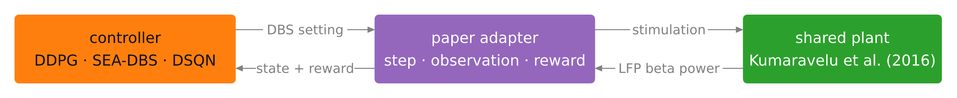
Above: docs/diagrams/loop.png in nynxlabs/rl-adaptive-dbs (Mermaid), before the change. Its source is kept beside it as docs/diagrams/loop.mmd.
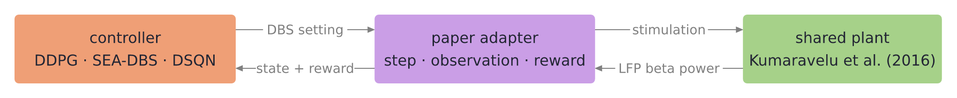
Above is the later version.

What changed in the source:
```diff
@@ -4,6 +4,6 @@
   E -- "LFP beta power" --> A
   A -- "state + reward" --> C
 
-  classDef plant fill:#2ca02c,stroke:#2ca02c,color:#ffffff
-  classDef train fill:#ff7f0e,stroke:#ff7f0e,color:#111111
-  classDef gate fill:#9467bd,stroke:#9467bd,color:#ffffff
+  classDef plant fill:#a6d189,stroke:#a6d189,color:#232634
+  classDef train fill:#ef9f76,stroke:#ef9f76,color:#232634
+  classDef gate fill:#ca9ee6,stroke:#ca9ee6,color:#232634
```
